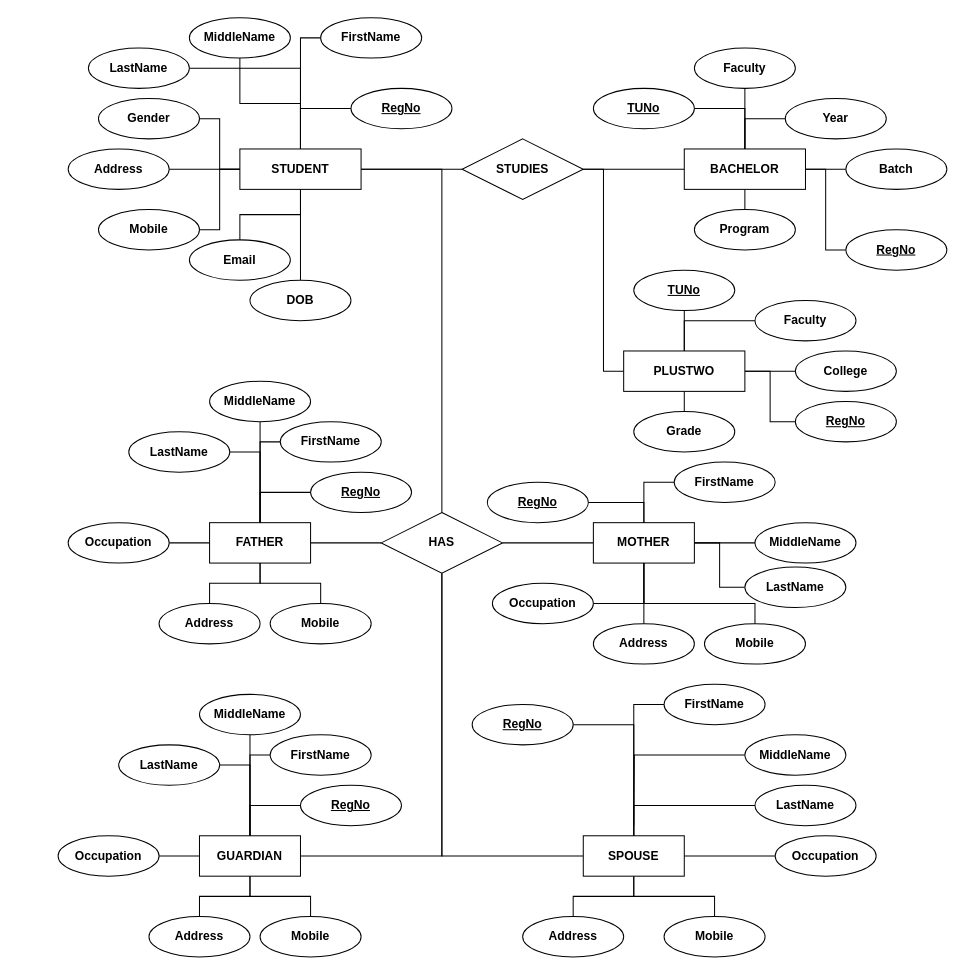
The draw.io diagram page "ER-Diagram" (1 of 2) of images/doc/BrownPearl.drawio in kabirdeula/BrownPearl, before the edit. Source tidied: cells renumbered, new cells numbered last; positions are measured from the earlier drawing's top-left corner, leaving out a move shared by most shapes. Both pictures are drawn from the tidied source at 101%, with x=0, y=0 at pixel (58, 17).
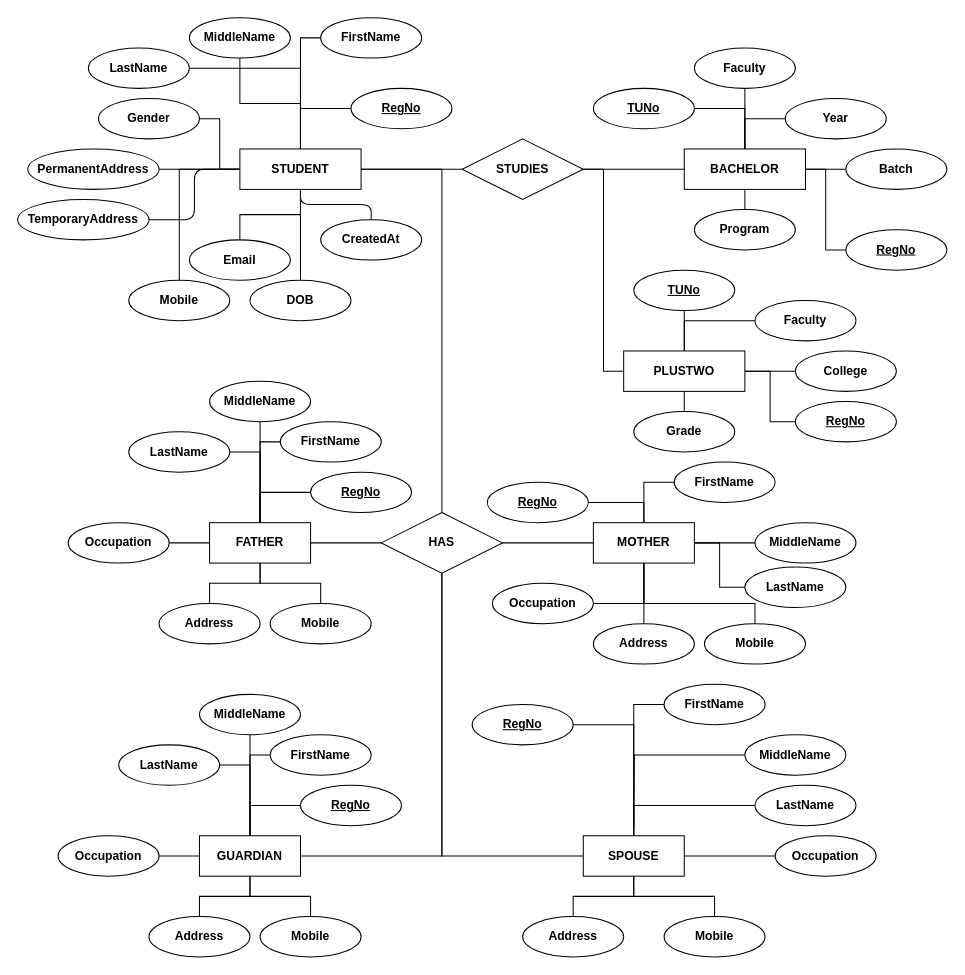
Above is the later version.

Unchanged cells that the change refers to:
```xml
<mxCell id="35" value="&lt;b&gt;STUDENT&lt;/b&gt;" style="whiteSpace=wrap;html=1;align=center;" parent="1" vertex="1">
  <mxGeometry x="180" y="130" width="120" height="40" as="geometry" />
</mxCell>
```

Diff of the diagram source:
```diff
@@
+    <mxCell id="116" style="edgeStyle=orthogonalEdgeStyle;html=1;entryX=0.5;entryY=0;entryDx=0;entryDy=0;endArrow=none;endFill=0;elbow=vertical;" parent="1" edge="1" source="35" target="119">
+      <mxGeometry relative="1" as="geometry" />
+    </mxCell>
@@
-    <mxCell id="44" value="&lt;b&gt;Address&lt;/b&gt;" style="ellipse;whiteSpace=wrap;html=1;align=center;" parent="1" vertex="1">
-      <mxGeometry x="10" y="130" width="100" height="40" as="geometry" />
+    <mxCell id="44" value="&lt;b&gt;PermanentAddress&lt;/b&gt;" style="ellipse;whiteSpace=wrap;html=1;align=center;" parent="1" vertex="1">
+      <mxGeometry x="-30" y="130" width="130" height="40" as="geometry" />
     </mxCell>
@@
     <mxCell id="46" value="&lt;b&gt;Mobile&lt;/b&gt;" style="ellipse;whiteSpace=wrap;html=1;align=center;" parent="1" vertex="1">
-      <mxGeometry x="40" y="190" width="100" height="40" as="geometry" />
+      <mxGeometry x="70" y="260" width="100" height="40" as="geometry" />
     </mxCell>
-    <mxCell id="47" style="edgeStyle=orthogonalEdgeStyle;rounded=0;jettySize=auto;html=1;entryX=1;entryY=0.5;entryDx=0;entryDy=0;endArrow=none;endFill=0;exitX=0;exitY=0.5;exitDx=0;exitDy=0;exitPerimeter=0;" parent="1" edge="1" source="35" target="46">
+    <mxCell id="47" style="edgeStyle=orthogonalEdgeStyle;rounded=0;jettySize=auto;html=1;entryX=0.5;entryY=0;entryDx=0;entryDy=0;endArrow=none;endFill=0;exitX=0;exitY=0.5;exitDx=0;exitDy=0;exitPerimeter=0;" parent="1" edge="1" source="35" target="46">
       <mxGeometry relative="1" as="geometry" />
     </mxCell>
@@
+    <mxCell id="117" style="html=1;entryX=0;entryY=0.5;entryDx=0;entryDy=0;endArrow=none;endFill=0;exitX=1;exitY=0.5;exitDx=0;exitDy=0;edgeStyle=orthogonalEdgeStyle;elbow=vertical;" parent="1" edge="1" source="118" target="35">
+      <mxGeometry relative="1" as="geometry" />
+    </mxCell>
+    <mxCell id="118" value="&lt;b&gt;TemporaryAddress&lt;/b&gt;" style="ellipse;whiteSpace=wrap;html=1;align=center;" parent="1" vertex="1">
+      <mxGeometry x="-40" y="180" width="130" height="40" as="geometry" />
+    </mxCell>
+    <mxCell id="119" value="&lt;b&gt;CreatedAt&lt;/b&gt;" style="ellipse;whiteSpace=wrap;html=1;align=center;" parent="1" vertex="1">
+      <mxGeometry x="260" y="200" width="100" height="40" as="geometry" />
+    </mxCell>
```
